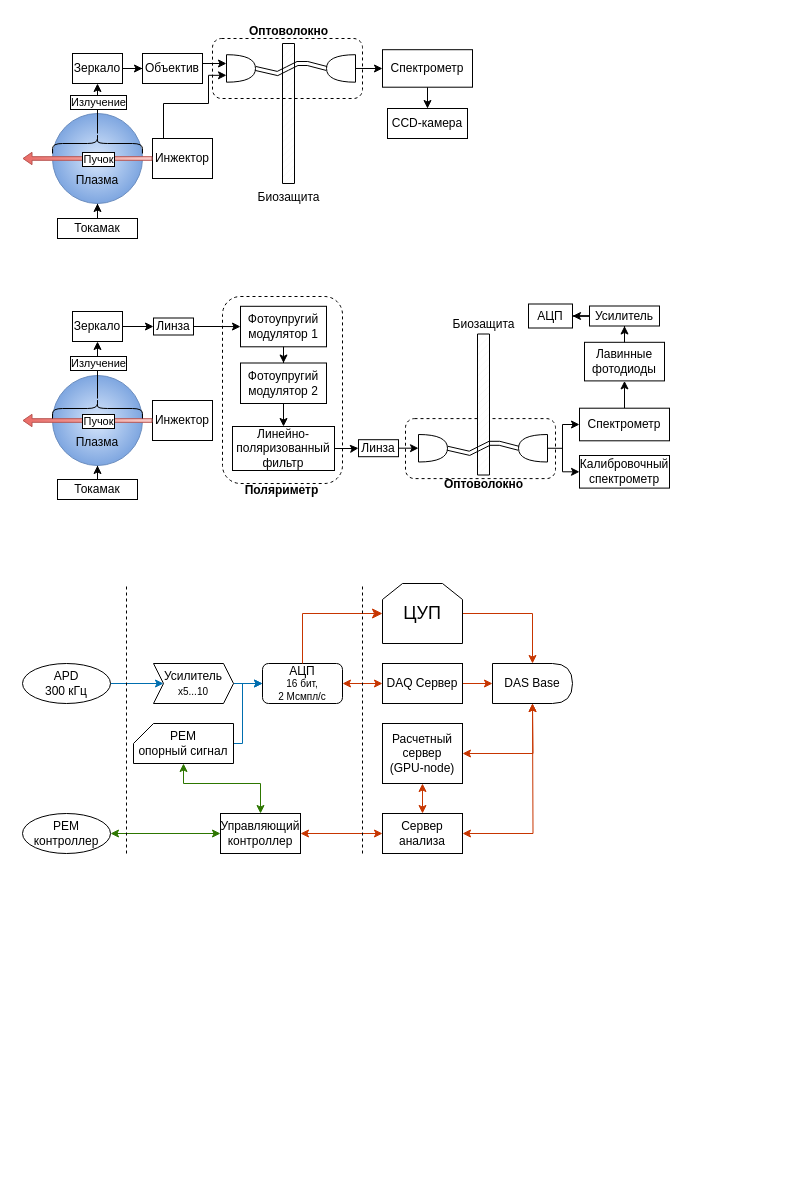
Above: Диаграмма без названия.drawio in Mr-Boshi/diagrams (draw.io), before the change. Source tidied: cells renumbered, new cells numbered last; positions are measured from the earlier drawing's top-left corner, leaving out a move shared by most shapes. Both pictures are drawn from the tidied source at 100%, with x=0, y=0 at pixel (22, 16).
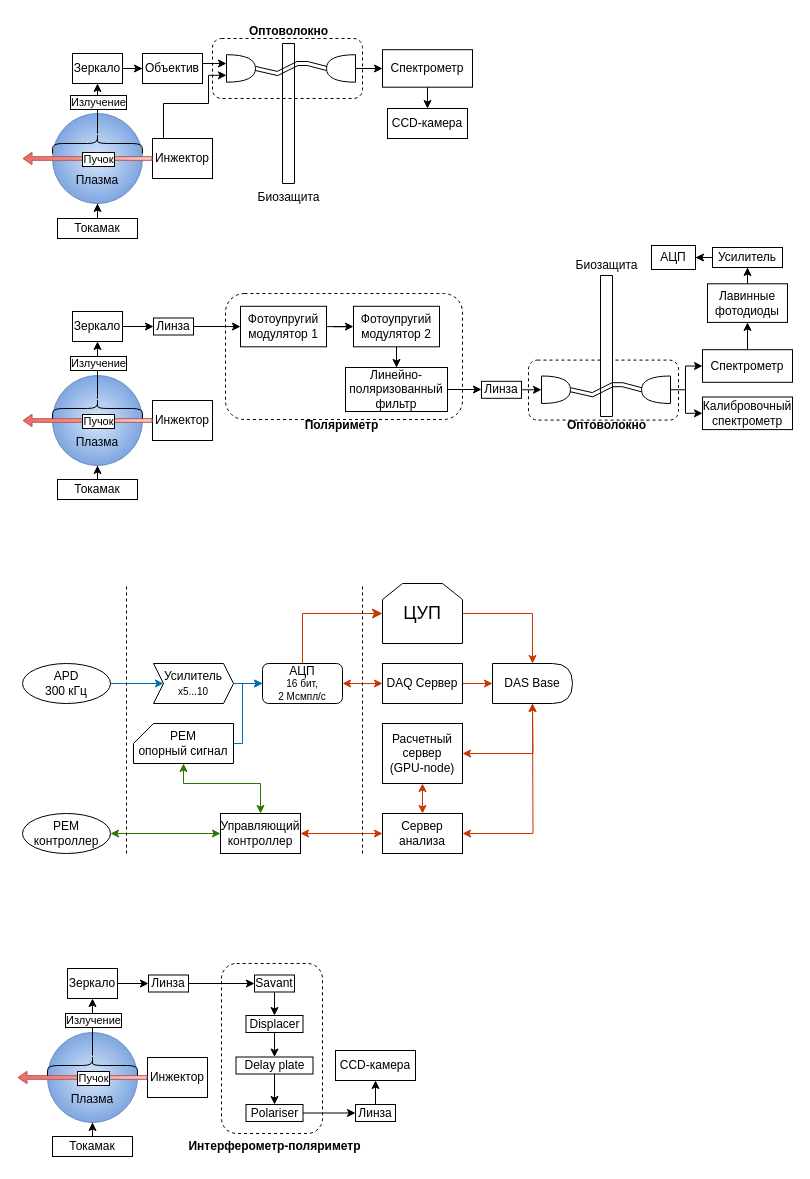
The same diagram, later.

What changed in the source:
```diff
@@
     <mxCell id="2" value="&lt;div&gt;&lt;br&gt;&lt;/div&gt;" style="rounded=1;whiteSpace=wrap;html=1;fillColor=none;dashed=1;" parent="1" vertex="1">
-      <mxGeometry x="383" y="402.1" width="150" height="60" as="geometry" />
+      <mxGeometry x="506" y="343.6" width="150" height="60" as="geometry" />
     </mxCell>
     <mxCell id="3" style="rounded=1;whiteSpace=wrap;html=1;dashed=1;fillColor=none;" parent="1" vertex="1">
-      <mxGeometry x="200" y="280" width="120" height="187" as="geometry" />
+      <mxGeometry x="203" y="277" width="237" height="126" as="geometry" />
     </mxCell>
@@
-    <mxCell id="38" style="edgeStyle=orthogonalEdgeStyle;rounded=0;jettySize=auto;html=1;entryX=0;entryY=0.5;entryDx=0;entryDy=0;" parent="1" edge="1" source="39" target="42">
+    <mxCell id="38" style="edgeStyle=orthogonalEdgeStyle;rounded=0;jettySize=auto;html=1;exitX=1;exitY=0.5;exitDx=0;exitDy=0;entryX=0;entryY=0.5;entryDx=0;entryDy=0;" parent="1" edge="1" source="39" target="42">
       <mxGeometry relative="1" as="geometry" />
     </mxCell>
     <mxCell id="39" value="Линейно-поляризованный фильтр" style="rounded=0;whiteSpace=wrap;html=1;" parent="1" vertex="1">
-      <mxGeometry x="210" y="410" width="102" height="44" as="geometry" />
+      <mxGeometry x="323" y="351" width="102" height="44" as="geometry" />
     </mxCell>
@@
     <mxCell id="41" value="Фотоупругий модулятор 2" style="rounded=0;whiteSpace=wrap;html=1;" parent="1" vertex="1">
-      <mxGeometry x="218" y="346.5" width="86" height="40.5" as="geometry" />
+      <mxGeometry x="331" y="289.8" width="86" height="40.5" as="geometry" />
     </mxCell>
     <mxCell id="42" value="Линза" style="rounded=0;whiteSpace=wrap;html=1;" parent="1" vertex="1">
-      <mxGeometry x="336" y="423.2" width="40" height="17" as="geometry" />
+      <mxGeometry x="459" y="364.8" width="40" height="17" as="geometry" />
     </mxCell>
     <mxCell id="43" value="Поляриметр" style="text;html=1;align=center;verticalAlign=middle;strokeColor=none;fillColor=none;fontStyle=1;" parent="1" vertex="1">
-      <mxGeometry x="214" y="459" width="90" height="30" as="geometry" />
+      <mxGeometry x="273.5" y="394" width="90" height="30" as="geometry" />
     </mxCell>
@@
     <mxCell id="45" style="edgeStyle=orthogonalEdgeStyle;rounded=0;jettySize=auto;html=1;exitX=0;exitY=0.5;exitDx=0;exitDy=0;endArrow=none;endFill=0;startArrow=classic;startFill=1;" parent="1" edge="1" source="46">
       <mxGeometry relative="1" as="geometry">
-        <mxPoint x="540" y="437" as="targetPoint" />
+        <mxPoint x="663" y="378.5" as="targetPoint" />
       </mxGeometry>
     </mxCell>
     <mxCell id="46" value="Спектрометр" style="rounded=0;whiteSpace=wrap;html=1;" parent="1" vertex="1">
-      <mxGeometry x="557" y="391.7" width="90" height="32.6" as="geometry" />
+      <mxGeometry x="680" y="333.2" width="90" height="32.6" as="geometry" />
     </mxCell>
@@
     <mxCell id="48" value="Лавинные фотодиоды" style="rounded=0;whiteSpace=wrap;html=1;" parent="1" vertex="1">
-      <mxGeometry x="562" y="325.8" width="80" height="38.6" as="geometry" />
+      <mxGeometry x="685" y="267.3" width="80" height="38.6" as="geometry" />
     </mxCell>
@@
     <mxCell id="53" style="verticalLabelPosition=bottom;verticalAlign=top;html=1;shape=mxgraph.basic.patternFillRect;fillStyle=diag;step=5;fillStrokeWidth=0.2;fillStrokeColor=#dddddd;" parent="1" vertex="1">
-      <mxGeometry x="455" y="317.5" width="12" height="141" as="geometry" />
+      <mxGeometry x="578" y="259" width="12" height="141" as="geometry" />
     </mxCell>
     <mxCell id="54" style="curved=1;endArrow=classic;html=1;rounded=0;exitX=1;exitY=0.5;exitDx=0;exitDy=0;entryX=1;entryY=0.5;entryDx=0;entryDy=0;shape=link;entryPerimeter=0;exitPerimeter=0;" parent="1" edge="1" source="55" target="56">
       <mxGeometry relative="1" as="geometry">
         <Array as="points">
-          <mxPoint x="447" y="436.8" />
-          <mxPoint x="457" y="431.8" />
-          <mxPoint x="467" y="426.8" />
-          <mxPoint x="477" y="426.8" />
+          <mxPoint x="570" y="378.2" />
+          <mxPoint x="580" y="373.2" />
+          <mxPoint x="590" y="368.2" />
+          <mxPoint x="600" y="368.2" />
         </Array>
       </mxGeometry>
     </mxCell>
     <mxCell id="55" style="shape=or;whiteSpace=wrap;html=1;" parent="1" vertex="1">
-      <mxGeometry x="396" y="418" width="29" height="27.5" as="geometry" />
+      <mxGeometry x="519" y="359.5" width="29" height="27.5" as="geometry" />
     </mxCell>
     <mxCell id="56" style="shape=or;whiteSpace=wrap;html=1;rotation=-180;" parent="1" vertex="1">
-      <mxGeometry x="496" y="418" width="29" height="27.5" as="geometry" />
+      <mxGeometry x="619" y="359.5" width="29" height="27.5" as="geometry" />
     </mxCell>
     <mxCell id="57" value="Оптоволокно" style="text;html=1;align=center;verticalAlign=middle;strokeColor=none;fillColor=none;fontStyle=1;" parent="1" vertex="1">
-      <mxGeometry x="411" y="452.5" width="100" height="30" as="geometry" />
+      <mxGeometry x="534" y="394" width="100" height="30" as="geometry" />
     </mxCell>
@@
     <mxCell id="60" value="Усилитель" style="rounded=0;whiteSpace=wrap;html=1;" parent="1" vertex="1">
-      <mxGeometry x="567" y="289.5" width="70" height="20" as="geometry" />
+      <mxGeometry x="690" y="231" width="70" height="20" as="geometry" />
     </mxCell>
     <mxCell id="61" value="АЦП" style="rounded=0;whiteSpace=wrap;html=1;" parent="1" vertex="1">
-      <mxGeometry x="506" y="287.5" width="44" height="24" as="geometry" />
+      <mxGeometry x="629" y="229" width="44" height="24" as="geometry" />
     </mxCell>
     <mxCell id="62" value="Биозащита" style="text;html=1;align=center;verticalAlign=middle;strokeColor=none;fillColor=none;" parent="1" vertex="1">
-      <mxGeometry x="416" y="292.5" width="90" height="30" as="geometry" />
+      <mxGeometry x="539" y="234" width="90" height="30" as="geometry" />
     </mxCell>
@@
     <mxCell id="64" style="edgeStyle=orthogonalEdgeStyle;rounded=0;jettySize=auto;html=1;exitX=0;exitY=0.5;exitDx=0;exitDy=0;startArrow=classic;startFill=1;endArrow=none;endFill=0;" parent="1" edge="1" source="65">
       <mxGeometry relative="1" as="geometry">
-        <mxPoint x="540" y="427" as="targetPoint" />
+        <mxPoint x="663" y="368.5" as="targetPoint" />
       </mxGeometry>
     </mxCell>
     <mxCell id="65" value="Калибровочный спектрометр" style="rounded=0;whiteSpace=wrap;html=1;" parent="1" vertex="1">
-      <mxGeometry x="557" y="439" width="90" height="32.6" as="geometry" />
+      <mxGeometry x="680" y="380.5" width="90" height="32.6" as="geometry" />
     </mxCell>
     <mxCell id="66" style="endArrow=none;html=1;rounded=0;noJump=1;orthogonal=1;exitX=0;exitY=0.5;exitDx=0;exitDy=0;exitPerimeter=0;" parent="1" edge="1" source="56">
       <mxGeometry relative="1" as="geometry">
-        <mxPoint x="540" y="431.8" as="targetPoint" />
+        <mxPoint x="663" y="373.3" as="targetPoint" />
       </mxGeometry>
     </mxCell>
@@
+    <mxCell id="93" style="rounded=1;whiteSpace=wrap;html=1;dashed=1;fillColor=none;" parent="1" vertex="1">
+      <mxGeometry x="199" y="947" width="101" height="170" as="geometry" />
+    </mxCell>
+    <mxCell id="94" value="Инжектор" style="rounded=0;whiteSpace=wrap;html=1;" parent="1" vertex="1">
+      <mxGeometry x="125" y="1041" width="60" height="40" as="geometry" />
+    </mxCell>
+    <mxCell id="95" style="edgeStyle=orthogonalEdgeStyle;rounded=0;jettySize=auto;html=1;" parent="1" edge="1" source="96" target="97">
+      <mxGeometry relative="1" as="geometry" />
+    </mxCell>
+    <mxCell id="96" value="Токамак" style="rounded=0;whiteSpace=wrap;html=1;" parent="1" vertex="1">
+      <mxGeometry x="30" y="1120" width="80" height="20" as="geometry" />
+    </mxCell>
+    <mxCell id="97" value="&lt;div&gt;&lt;br&gt;&lt;/div&gt;&lt;div&gt;&lt;br&gt;&lt;/div&gt;&lt;div&gt;&lt;br&gt;&lt;/div&gt;&lt;div&gt;&lt;span style=&quot;background-color: initial;&quot;&gt;Плазма&lt;/span&gt;&lt;br&gt;&lt;/div&gt;" style="ellipse;whiteSpace=wrap;html=1;fillColor=#dae8fc;strokeColor=#6c8ebf;gradientColor=#7ea6e0;gradientDirection=radial;" parent="1" vertex="1">
+      <mxGeometry x="25" y="1016" width="90" height="90" as="geometry" />
+    </mxCell>
+    <mxCell id="98" style="shape=flexArrow;endArrow=classic;html=1;rounded=0;exitX=0;exitY=0.5;exitDx=0;exitDy=0;fillColor=#f8cecc;width=3.6;endSize=2.668;endWidth=7.76;gradientColor=#ea6b66;strokeColor=#b85450;gradientDirection=west;" parent="1" edge="1" source="94">
+      <mxGeometry relative="1" as="geometry">
+        <mxPoint x="-5" y="1061" as="targetPoint" />
+      </mxGeometry>
+    </mxCell>
+    <mxCell id="99" value="Пучок" style="edgeLabel;html=1;align=center;verticalAlign=middle;labelBorderColor=default;" parent="98" vertex="1">
+      <mxGeometry x="-0.34" y="1" relative="1" as="geometry">
+        <mxPoint x="-12" y="-1" as="offset" />
+      </mxGeometry>
+    </mxCell>
+    <mxCell id="100" style="edgeStyle=orthogonalEdgeStyle;rounded=0;jettySize=auto;html=1;" parent="1" edge="1" source="102" target="104">
+      <mxGeometry relative="1" as="geometry" />
+    </mxCell>
+    <mxCell id="101" value="Излучение" style="edgeLabel;html=1;align=center;verticalAlign=middle;labelBorderColor=default;" parent="100" vertex="1">
+      <mxGeometry x="-0.4" relative="1" as="geometry">
+        <mxPoint y="-19" as="offset" />
+      </mxGeometry>
+    </mxCell>
+    <mxCell id="102" style="shape=curlyBracket;whiteSpace=wrap;html=1;rounded=1;flipH=1;labelPosition=right;verticalLabelPosition=middle;align=left;verticalAlign=middle;rotation=-90;size=0.5;" parent="1" vertex="1">
+      <mxGeometry x="60" y="1004" width="20" height="90" as="geometry" />
+    </mxCell>
+    <mxCell id="103" style="edgeStyle=orthogonalEdgeStyle;rounded=0;jettySize=auto;html=1;" parent="1" edge="1" source="104" target="106">
+      <mxGeometry relative="1" as="geometry" />
+    </mxCell>
+    <mxCell id="104" value="Зеркало" style="rounded=0;whiteSpace=wrap;html=1;" parent="1" vertex="1">
+      <mxGeometry x="45" y="952" width="50" height="30" as="geometry" />
+    </mxCell>
+    <mxCell id="105" style="edgeStyle=orthogonalEdgeStyle;rounded=0;jettySize=auto;html=1;" parent="1" edge="1" source="106" target="111">
+      <mxGeometry relative="1" as="geometry" />
+    </mxCell>
+    <mxCell id="106" value="Линза" style="rounded=0;whiteSpace=wrap;html=1;" parent="1" vertex="1">
+      <mxGeometry x="126" y="958.5" width="40" height="17" as="geometry" />
+    </mxCell>
+    <mxCell id="107" value="Интерферометр-поляриметр" style="text;html=1;align=center;verticalAlign=middle;strokeColor=none;fillColor=none;fontStyle=1;" parent="1" vertex="1">
+      <mxGeometry x="162" y="1115" width="180" height="30" as="geometry" />
+    </mxCell>
+    <mxCell id="108" style="edgeStyle=orthogonalEdgeStyle;rounded=0;jettySize=auto;html=1;exitX=0.5;exitY=1;exitDx=0;exitDy=0;entryX=0.5;entryY=0;entryDx=0;entryDy=0;" parent="1" edge="1" source="109" target="113">
+      <mxGeometry relative="1" as="geometry" />
+    </mxCell>
+    <mxCell id="109" value="Displacer" style="rounded=0;whiteSpace=wrap;html=1;" parent="1" vertex="1">
+      <mxGeometry x="223.5" y="999" width="57" height="17" as="geometry" />
+    </mxCell>
+    <mxCell id="110" style="edgeStyle=orthogonalEdgeStyle;rounded=0;jettySize=auto;html=1;exitX=0.5;exitY=1;exitDx=0;exitDy=0;entryX=0.5;entryY=0;entryDx=0;entryDy=0;" parent="1" edge="1" source="111" target="109">
+      <mxGeometry relative="1" as="geometry" />
+    </mxCell>
+    <mxCell id="111" value="Savant" style="rounded=0;whiteSpace=wrap;html=1;" parent="1" vertex="1">
+      <mxGeometry x="232" y="958.5" width="40" height="17" as="geometry" />
+    </mxCell>
+    <mxCell id="112" style="edgeStyle=orthogonalEdgeStyle;rounded=0;jettySize=auto;html=1;exitX=0.5;exitY=1;exitDx=0;exitDy=0;entryX=0.5;entryY=0;entryDx=0;entryDy=0;" parent="1" edge="1" source="113" target="115">
+      <mxGeometry relative="1" as="geometry" />
+    </mxCell>
+    <mxCell id="113" value="Delay plate" style="rounded=0;whiteSpace=wrap;html=1;" parent="1" vertex="1">
+      <mxGeometry x="213.5" y="1040.5" width="77" height="17" as="geometry" />
+    </mxCell>
+    <mxCell id="114" style="edgeStyle=orthogonalEdgeStyle;rounded=0;jettySize=auto;html=1;exitX=1;exitY=0.5;exitDx=0;exitDy=0;entryX=0;entryY=0.5;entryDx=0;entryDy=0;" parent="1" edge="1" source="115" target="117">
+      <mxGeometry relative="1" as="geometry" />
+    </mxCell>
+    <mxCell id="115" value="Polariser" style="rounded=0;whiteSpace=wrap;html=1;" parent="1" vertex="1">
+      <mxGeometry x="223.5" y="1088" width="57" height="17" as="geometry" />
+    </mxCell>
+    <mxCell id="116" style="edgeStyle=orthogonalEdgeStyle;rounded=0;jettySize=auto;html=1;" parent="1" edge="1" source="117" target="118">
+      <mxGeometry relative="1" as="geometry" />
+    </mxCell>
+    <mxCell id="117" value="Линза" style="rounded=0;whiteSpace=wrap;html=1;" parent="1" vertex="1">
+      <mxGeometry x="333" y="1088" width="40" height="17" as="geometry" />
+    </mxCell>
+    <mxCell id="118" value="CCD-камера" style="rounded=0;whiteSpace=wrap;html=1;" parent="1" vertex="1">
+      <mxGeometry x="313" y="1034" width="80" height="30" as="geometry" />
+    </mxCell>
```
